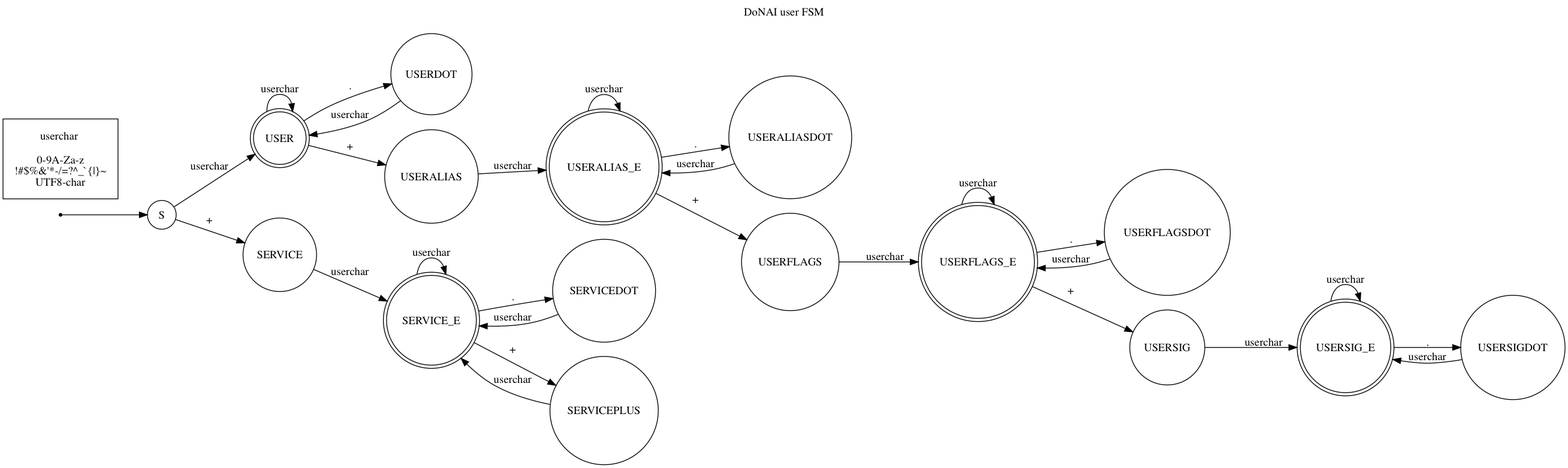
arpa2/libarpa2service keeps this Graphviz diagram as doc/design/donaiuserfsm.png. Above is the earlier version. Its source is kept beside it as doc/design/donaiuserfsm.gv.
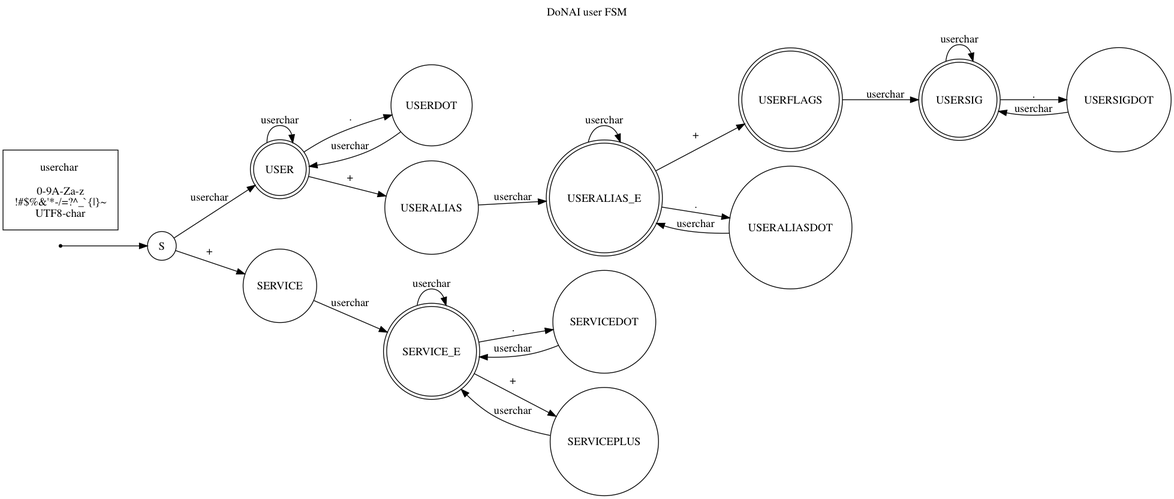
Later version of the same file.

What changed in the source:
```diff
@@ -3,8 +3,8 @@
 	node [shape = doublecircle];
 		USER;
 		USERALIAS_E;
-		USERFLAGS_E;
-		USERSIG_E;
+		USERFLAGS;
+		USERSIG;
 		SERVICE_E;
 
 	node [shape = point ];
@@ -23,15 +23,10 @@
 		USERALIAS_E	-> USERALIASDOT [ label = "." ];
 		USERALIASDOT	-> USERALIAS_E [ label = "userchar" ];
 		USERALIAS_E	-> USERFLAGS [ label = "+" ];
-		USERFLAGS	-> USERFLAGS_E [ label = "userchar" ];
-		USERFLAGS_E	-> USERFLAGS_E [ label = "userchar" ];
-		USERFLAGS_E	-> USERFLAGSDOT [ label = "." ];
-		USERFLAGSDOT	-> USERFLAGS_E [ label = "userchar" ];
-		USERFLAGS_E	-> USERSIG [ label = "+" ];
-		USERSIG	-> USERSIG_E [ label = "userchar" ];
-		USERSIG_E	-> USERSIG_E [ label = "userchar" ];
-		USERSIG_E	-> USERSIGDOT [ label = "." ];
-		USERSIGDOT	-> USERSIG_E [ label = "userchar" ];
+		USERFLAGS	-> USERSIG[ label = "userchar" ];
+		USERSIG-> USERSIG[ label = "userchar" ];
+		USERSIG-> USERSIGDOT [ label = "." ];
+		USERSIGDOT	-> USERSIG[ label = "userchar" ];
 		S	-> SERVICE [ label = "+" ];
 		SERVICE	-> SERVICE_E [ label = "userchar" ];
 		SERVICE_E	-> SERVICE_E [ label = "userchar" ];
```
